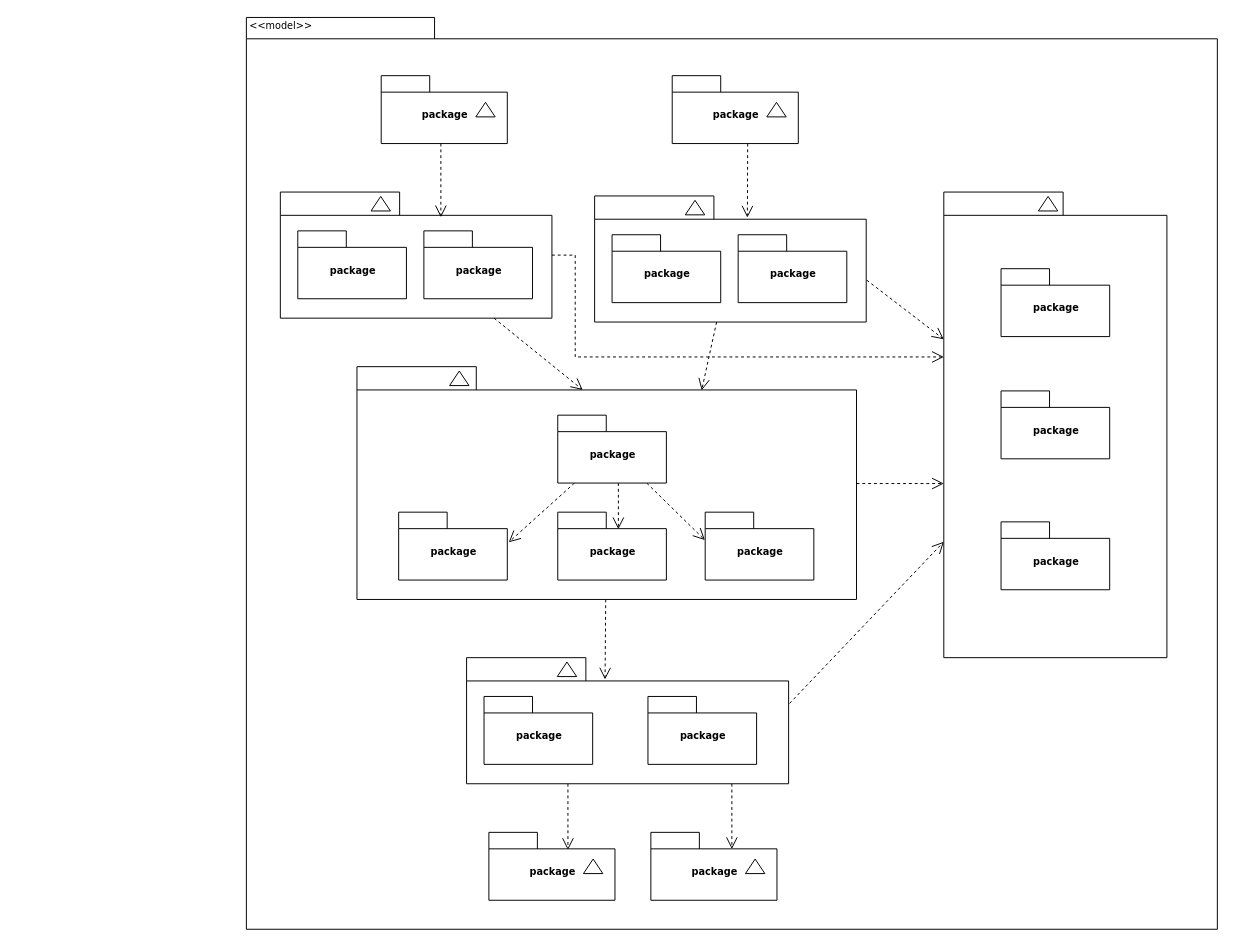
The draw.io diagram Untitled Diagram.drawio in superleo/book, before the edit. Source tidied: cells renumbered, new cells numbered last; positions are measured from the earlier drawing's top-left corner, leaving out a move shared by most shapes. Both pictures are drawn from the tidied source at 97%, with x=0, y=0 at pixel (245, 16).
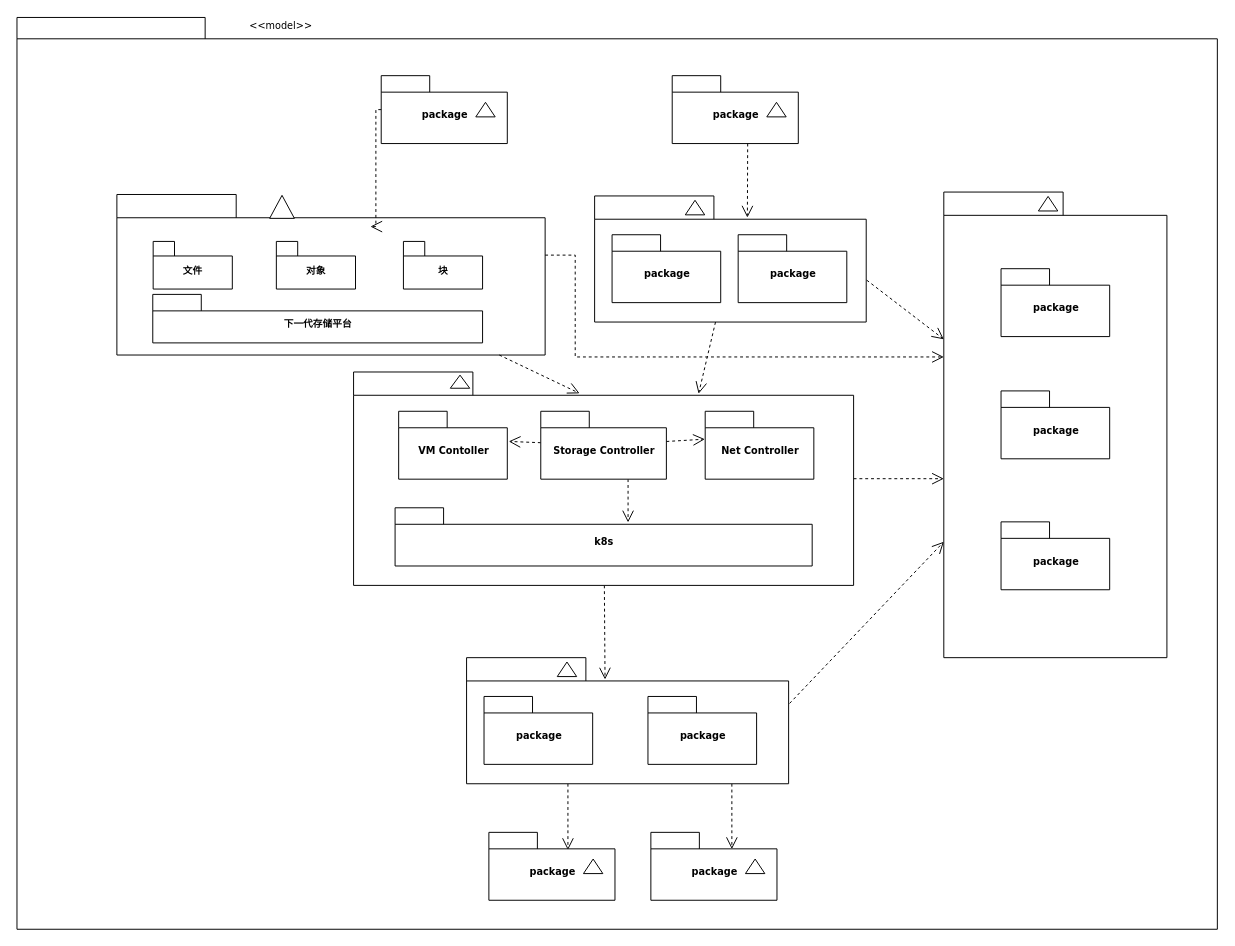
The same page after the edit.

Change to the diagram source:
```diff
@@
     <mxCell id="2" style="shape=folder;fontStyle=1;spacingTop=10;tabWidth=194;tabHeight=22;tabPosition=left;html=1;rounded=0;shadow=0;comic=0;labelBackgroundColor=none;strokeWidth=1;fillColor=none;fontFamily=Verdana;fontSize=10;align=center;" parent="1" vertex="1">
-      <mxGeometry x="0.5" y="0.5" width="1001" height="940" as="geometry" />
+      <mxGeometry x="-236" y="0.5" width="1237.5" height="940" as="geometry" />
     </mxCell>
@@
     <mxCell id="9" style="group;" parent="1" vertex="1">
-      <mxGeometry x="35.5" y="180.5" width="280" height="130" as="geometry" />
+      <mxGeometry x="-126" y="180.5" width="441.5" height="165.5" as="geometry" />
     </mxCell>
     <mxCell id="10" style="shape=folder;fontStyle=1;spacingTop=10;tabWidth=123;tabHeight=24;tabPosition=left;html=1;rounded=0;shadow=0;comic=0;labelBackgroundColor=none;strokeWidth=1;fontFamily=Verdana;fontSize=10;align=center;" parent="9" vertex="1">
-      <mxGeometry width="280" height="130" as="geometry" />
+      <mxGeometry x="-7" y="2.5" width="441.5" height="165.5" as="geometry" />
     </mxCell>
     <mxCell id="11" style="triangle;whiteSpace=wrap;html=1;rounded=0;shadow=0;comic=0;labelBackgroundColor=none;strokeWidth=1;fontFamily=Verdana;fontSize=10;align=center;rotation=-90;" parent="9" vertex="1">
-      <mxGeometry x="96" y="2" width="15" height="20" as="geometry" />
+      <mxGeometry x="151.4" y="2.5" width="23.7" height="25.5" as="geometry" />
     </mxCell>
-    <mxCell id="12" value="package" style="shape=folder;fontStyle=1;spacingTop=10;tabWidth=50;tabHeight=17;tabPosition=left;html=1;rounded=0;shadow=0;comic=0;labelBackgroundColor=none;strokeWidth=1;fontFamily=Verdana;fontSize=10;align=center;" parent="9" vertex="1">
-      <mxGeometry x="18" y="40" width="112" height="70" as="geometry" />
+    <mxCell id="12" value="文件" style="shape=folder;fontStyle=1;spacingTop=10;tabWidth=22;tabHeight=15;tabPosition=left;html=1;rounded=0;shadow=0;comic=0;labelBackgroundColor=none;strokeWidth=1;fontFamily=Verdana;fontSize=10;align=center;" parent="9" vertex="1">
+      <mxGeometry x="30.4" y="50.9" width="81.6" height="49.1" as="geometry" />
     </mxCell>
-    <mxCell id="13" value="package" style="shape=folder;fontStyle=1;spacingTop=10;tabWidth=50;tabHeight=17;tabPosition=left;html=1;rounded=0;shadow=0;comic=0;labelBackgroundColor=none;strokeWidth=1;fontFamily=Verdana;fontSize=10;align=center;" parent="9" vertex="1">
-      <mxGeometry x="148" y="40" width="112" height="70" as="geometry" />
+    <mxCell id="13" value="下一代存储平台" style="shape=folder;fontStyle=1;spacingTop=10;tabWidth=50;tabHeight=17;tabPosition=left;html=1;rounded=0;shadow=0;comic=0;labelBackgroundColor=none;strokeWidth=1;fontFamily=Verdana;fontSize=10;align=center;" parent="9" vertex="1">
+      <mxGeometry x="30" y="105.5" width="340" height="50" as="geometry" />
     </mxCell>
+    <mxCell id="57" value="对象" style="shape=folder;fontStyle=1;spacingTop=10;tabWidth=22;tabHeight=15;tabPosition=left;html=1;rounded=0;shadow=0;comic=0;labelBackgroundColor=none;strokeWidth=1;fontFamily=Verdana;fontSize=10;align=center;" parent="9" vertex="1">
+      <mxGeometry x="157.4" y="50.9" width="81.6" height="49.1" as="geometry" />
+    </mxCell>
+    <mxCell id="58" value="块" style="shape=folder;fontStyle=1;spacingTop=10;tabWidth=22;tabHeight=15;tabPosition=left;html=1;rounded=0;shadow=0;comic=0;labelBackgroundColor=none;strokeWidth=1;fontFamily=Verdana;fontSize=10;align=center;" parent="9" vertex="1">
+      <mxGeometry x="288.4" y="50.9" width="81.6" height="49.1" as="geometry" />
+    </mxCell>
@@
     <mxCell id="28" style="shape=folder;fontStyle=1;spacingTop=10;tabWidth=123;tabHeight=24;tabPosition=left;html=1;rounded=0;shadow=0;comic=0;labelBackgroundColor=none;strokeColor=#000000;strokeWidth=1;fillColor=#ffffff;fontFamily=Verdana;fontSize=10;fontColor=#000000;align=center;" parent="1" vertex="1">
-      <mxGeometry x="114.5" y="360.5" width="515" height="240" as="geometry" />
+      <mxGeometry x="111" y="366" width="515.5" height="220" as="geometry" />
     </mxCell>
@@
-    <mxCell id="32" value="package" style="shape=folder;fontStyle=1;spacingTop=10;tabWidth=50;tabHeight=17;tabPosition=left;html=1;rounded=0;shadow=0;comic=0;labelBackgroundColor=none;strokeColor=#000000;strokeWidth=1;fillColor=#ffffff;fontFamily=Verdana;fontSize=10;fontColor=#000000;align=center;" parent="1" vertex="1">
-      <mxGeometry x="321.5" y="410.5" width="112" height="70" as="geometry" />
+    <mxCell id="32" value="Storage Controller" style="shape=folder;fontStyle=1;spacingTop=10;tabWidth=50;tabHeight=17;tabPosition=left;html=1;rounded=0;shadow=0;comic=0;labelBackgroundColor=none;strokeColor=#000000;strokeWidth=1;fillColor=#ffffff;fontFamily=Verdana;fontSize=10;fontColor=#000000;align=center;" parent="1" vertex="1">
+      <mxGeometry x="304" y="406.5" width="129.5" height="70" as="geometry" />
     </mxCell>
-    <mxCell id="33" value="package" style="shape=folder;fontStyle=1;spacingTop=10;tabWidth=50;tabHeight=17;tabPosition=left;html=1;rounded=0;shadow=0;comic=0;labelBackgroundColor=none;strokeColor=#000000;strokeWidth=1;fillColor=#ffffff;fontFamily=Verdana;fontSize=10;fontColor=#000000;align=center;" parent="1" vertex="1">
-      <mxGeometry x="157.5" y="510.5" width="112" height="70" as="geometry" />
+    <mxCell id="33" value="VM Contoller" style="shape=folder;fontStyle=1;spacingTop=10;tabWidth=50;tabHeight=17;tabPosition=left;html=1;rounded=0;shadow=0;comic=0;labelBackgroundColor=none;strokeColor=#000000;strokeWidth=1;fillColor=#ffffff;fontFamily=Verdana;fontSize=10;fontColor=#000000;align=center;" parent="1" vertex="1">
+      <mxGeometry x="157.5" y="406.5" width="112" height="70" as="geometry" />
     </mxCell>
-    <mxCell id="34" value="package" style="shape=folder;fontStyle=1;spacingTop=10;tabWidth=50;tabHeight=17;tabPosition=left;html=1;rounded=0;shadow=0;comic=0;labelBackgroundColor=none;strokeColor=#000000;strokeWidth=1;fillColor=#ffffff;fontFamily=Verdana;fontSize=10;fontColor=#000000;align=center;" parent="1" vertex="1">
-      <mxGeometry x="321.5" y="510.5" width="112" height="70" as="geometry" />
+    <mxCell id="34" value="k8s" style="shape=folder;fontStyle=1;spacingTop=10;tabWidth=50;tabHeight=17;tabPosition=left;html=1;rounded=0;shadow=0;comic=0;labelBackgroundColor=none;strokeColor=#000000;strokeWidth=1;fillColor=#ffffff;fontFamily=Verdana;fontSize=10;fontColor=#000000;align=center;" parent="1" vertex="1">
+      <mxGeometry x="153.8" y="506" width="430" height="60" as="geometry" />
     </mxCell>
-    <mxCell id="35" value="package" style="shape=folder;fontStyle=1;spacingTop=10;tabWidth=50;tabHeight=17;tabPosition=left;html=1;rounded=0;shadow=0;comic=0;labelBackgroundColor=none;strokeColor=#000000;strokeWidth=1;fillColor=#ffffff;fontFamily=Verdana;fontSize=10;fontColor=#000000;align=center;" parent="1" vertex="1">
-      <mxGeometry x="473.5" y="510.5" width="112" height="70" as="geometry" />
+    <mxCell id="35" value="Net Controller" style="shape=folder;fontStyle=1;spacingTop=10;tabWidth=50;tabHeight=17;tabPosition=left;html=1;rounded=0;shadow=0;comic=0;labelBackgroundColor=none;strokeColor=#000000;strokeWidth=1;fillColor=#ffffff;fontFamily=Verdana;fontSize=10;fontColor=#000000;align=center;" parent="1" vertex="1">
+      <mxGeometry x="473.5" y="406.5" width="112" height="70" as="geometry" />
     </mxCell>
@@
     <mxCell id="43" style="triangle;whiteSpace=wrap;html=1;rounded=0;shadow=0;comic=0;labelBackgroundColor=none;strokeColor=#000000;strokeWidth=1;fillColor=#ffffff;fontFamily=Verdana;fontSize=10;fontColor=#000000;align=center;rotation=-90;" parent="1" vertex="1">
-      <mxGeometry x="212.5" y="362.5" width="15" height="20" as="geometry" />
+      <mxGeometry x="214" y="366" width="13.5" height="20" as="geometry" />
     </mxCell>
```
